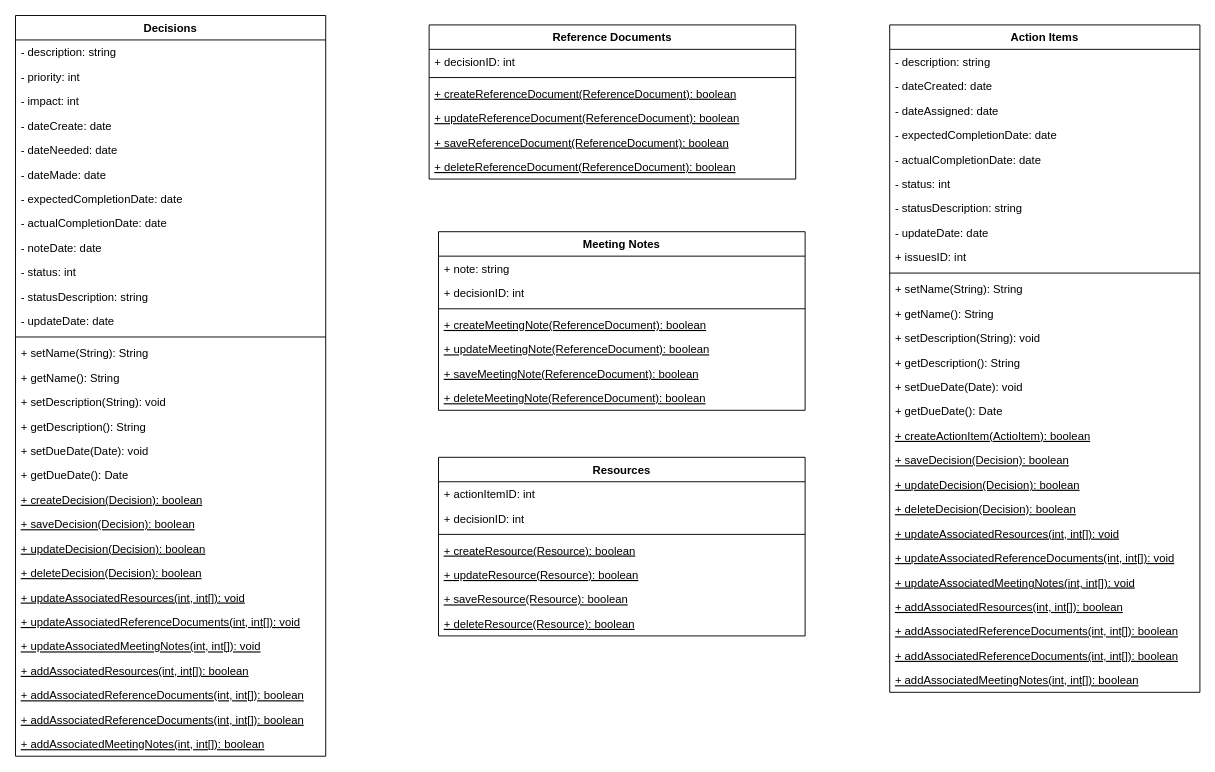
Earlier version of the draw.io diagram diagrams/umlAlice.drawio (alicebalayan/comp380---project3). Source tidied: cells renumbered, new cells numbered last; positions are measured from the earlier drawing's top-left corner, leaving out a move shared by most shapes. Both pictures are drawn from the tidied source at 94%, with x=0, y=0 at pixel (15, 15).
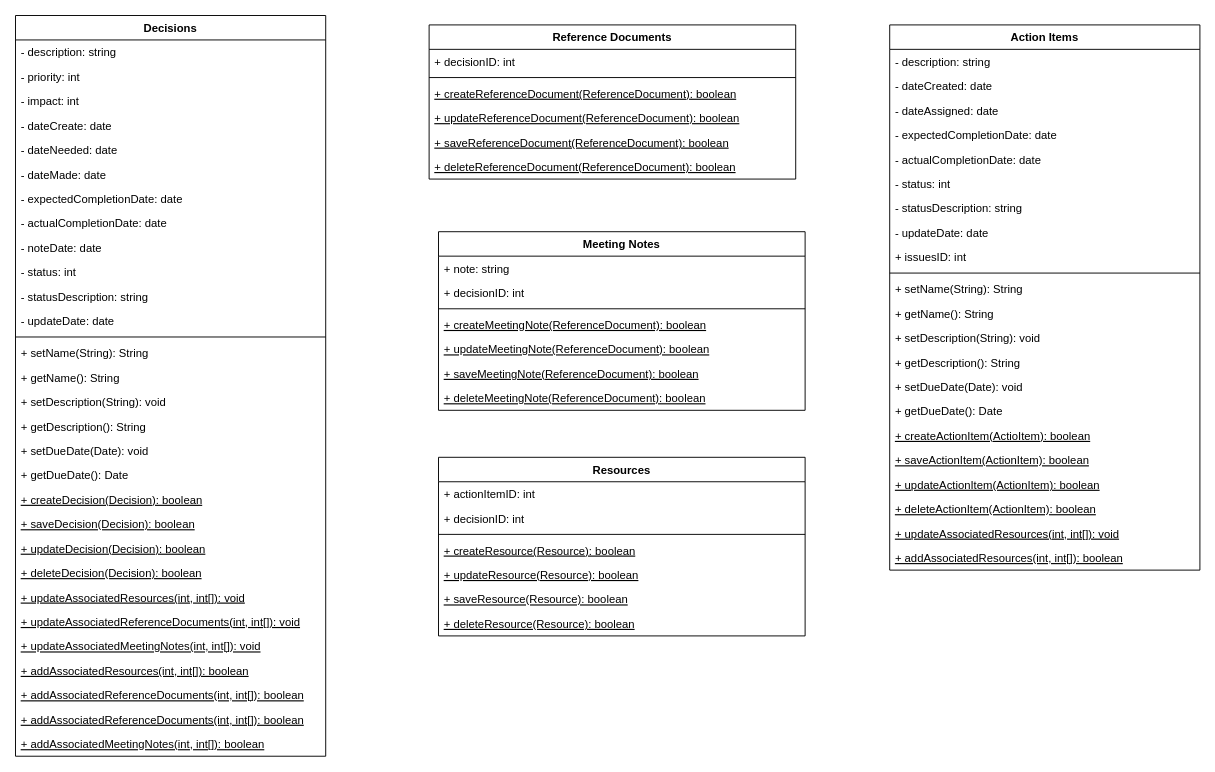
After the change.

Commit message:
Add Action Item

Change to the diagram source:
```diff
@@
     <mxCell id="56" value="Action Items" style="swimlane;fontStyle=1;align=center;verticalAlign=top;horizontal=1;startSize=26;" parent="1" vertex="1">
-      <mxGeometry x="930" y="10" width="330" height="710" as="geometry" />
+      <mxGeometry x="930" y="10" width="330" height="580" as="geometry" />
     </mxCell>
@@
-    <mxCell id="74" value="+ saveDecision(Decision): boolean" style="text;strokeColor=none;fillColor=none;align=left;verticalAlign=top;spacingLeft=4;spacingRight=4;overflow=hidden;fontStyle=4;" parent="56" vertex="1">
+    <mxCell id="74" value="+ saveActionItem(ActionItem): boolean" style="text;strokeColor=none;fillColor=none;align=left;verticalAlign=top;spacingLeft=4;spacingRight=4;overflow=hidden;fontStyle=4;" parent="56" vertex="1">
       <mxGeometry y="450" width="330" height="26" as="geometry" />
     </mxCell>
-    <mxCell id="75" value="+ updateDecision(Decision): boolean" style="text;strokeColor=none;fillColor=none;align=left;verticalAlign=top;spacingLeft=4;spacingRight=4;overflow=hidden;fontStyle=4;" parent="56" vertex="1">
-      <mxGeometry y="476" width="330" height="26" as="geometry" />
-    </mxCell>
-    <mxCell id="76" value="+ deleteDecision(Decision): boolean" style="text;strokeColor=none;fillColor=none;align=left;verticalAlign=top;spacingLeft=4;spacingRight=4;overflow=hidden;fontStyle=4;" parent="56" vertex="1">
-      <mxGeometry y="502" width="330" height="26" as="geometry" />
-    </mxCell>
+    <mxCell id="84" value="+ updateActionItem(ActionItem): boolean" style="text;strokeColor=none;fillColor=none;align=left;verticalAlign=top;spacingLeft=4;spacingRight=4;overflow=hidden;fontStyle=4;" parent="56" vertex="1">
+      <mxGeometry y="476" width="330" height="26" as="geometry" />
+    </mxCell>
+    <mxCell id="85" value="+ deleteActionItem(ActionItem): boolean" style="text;strokeColor=none;fillColor=none;align=left;verticalAlign=top;spacingLeft=4;spacingRight=4;overflow=hidden;fontStyle=4;" parent="56" vertex="1">
+      <mxGeometry y="502" width="330" height="26" as="geometry" />
+    </mxCell>
@@
-    <mxCell id="78" value="+ updateAssociatedReferenceDocuments(int, int[]): void" style="text;strokeColor=none;fillColor=none;align=left;verticalAlign=top;spacingLeft=4;spacingRight=4;overflow=hidden;fontStyle=4;" parent="56" vertex="1">
-      <mxGeometry y="554" width="330" height="26" as="geometry" />
-    </mxCell>
-    <mxCell id="79" value="+ updateAssociatedMeetingNotes(int, int[]): void" style="text;strokeColor=none;fillColor=none;align=left;verticalAlign=top;spacingLeft=4;spacingRight=4;overflow=hidden;fontStyle=4;" parent="56" vertex="1">
-      <mxGeometry y="580" width="330" height="26" as="geometry" />
-    </mxCell>
     <mxCell id="80" value="+ addAssociatedResources(int, int[]): boolean" style="text;strokeColor=none;fillColor=none;align=left;verticalAlign=top;spacingLeft=4;spacingRight=4;overflow=hidden;fontStyle=4;" parent="56" vertex="1">
-      <mxGeometry y="606" width="330" height="26" as="geometry" />
+      <mxGeometry y="554" width="330" height="26" as="geometry" />
     </mxCell>
-    <mxCell id="81" value="+ addAssociatedReferenceDocuments(int, int[]): boolean" style="text;strokeColor=none;fillColor=none;align=left;verticalAlign=top;spacingLeft=4;spacingRight=4;overflow=hidden;fontStyle=4;" parent="56" vertex="1">
-      <mxGeometry y="632" width="330" height="26" as="geometry" />
-    </mxCell>
-    <mxCell id="82" value="+ addAssociatedReferenceDocuments(int, int[]): boolean" style="text;strokeColor=none;fillColor=none;align=left;verticalAlign=top;spacingLeft=4;spacingRight=4;overflow=hidden;fontStyle=4;" parent="56" vertex="1">
-      <mxGeometry y="658" width="330" height="26" as="geometry" />
-    </mxCell>
-    <mxCell id="83" value="+ addAssociatedMeetingNotes(int, int[]): boolean" style="text;strokeColor=none;fillColor=none;align=left;verticalAlign=top;spacingLeft=4;spacingRight=4;overflow=hidden;fontStyle=4;" parent="56" vertex="1">
-      <mxGeometry y="684" width="330" height="26" as="geometry" />
-    </mxCell>
```
